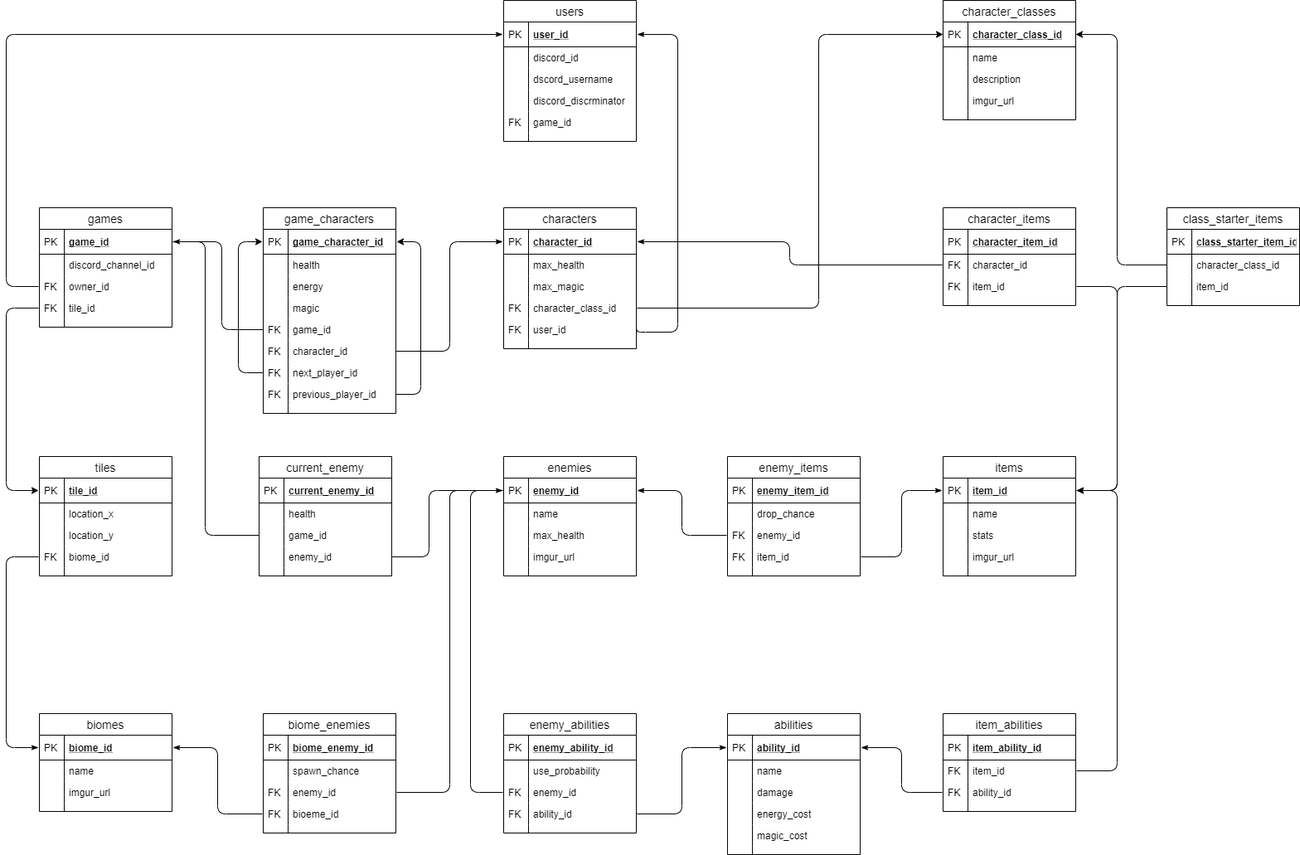
This is schema.png from MathyouMB/DungeonsAndDiscords, a draw.io export, as it was before one commit. Source tidied: cells renumbered, new cells last; positions are measured from the earlier drawing's top-left corner, leaving out a move shared by most shapes.
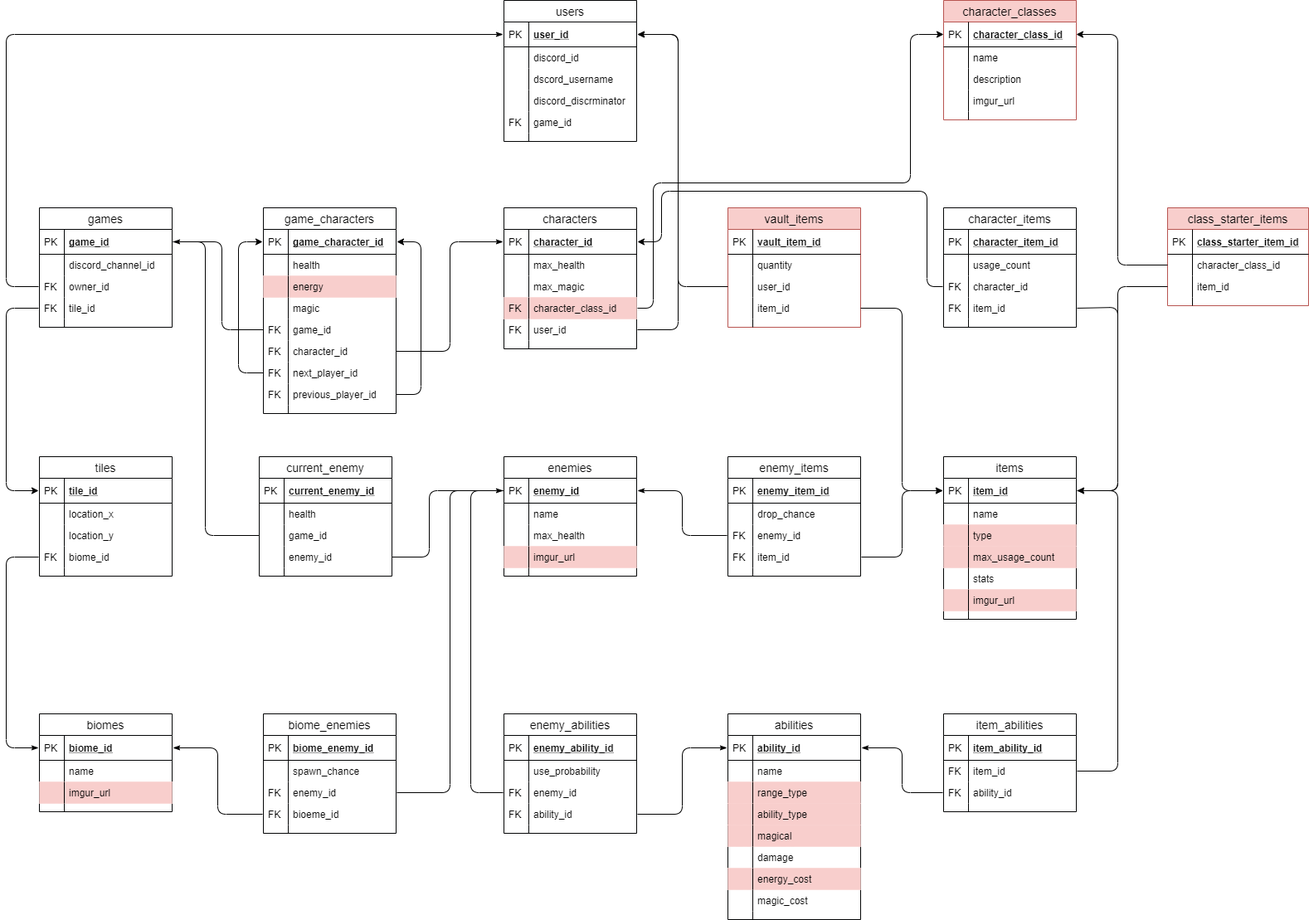
After the commit.

Commit message:
added schema progress indicators

The edit, as a diff of the source:
```diff
@@ -58,3 +58,3 @@
     </mxCell>
-    <mxCell id="20" value="character_class_id" style="shape=partialRectangle;top=0;left=0;right=0;bottom=0;align=left;verticalAlign=top;spacingLeft=34;spacingRight=4;overflow=hidden;points=[[0,0.5],[1,0.5]];portConstraint=eastwest;fontSize=12;fillColor=none;strokeColor=#b85450;strokeWidth=1;perimeterSpacing=1;" parent="13" vertex="1">
+    <mxCell id="20" value="character_class_id" style="shape=partialRectangle;top=0;left=0;right=0;bottom=0;align=left;verticalAlign=top;spacingLeft=34;spacingRight=4;overflow=hidden;points=[[0,0.5],[1,0.5]];portConstraint=eastwest;fontSize=12;fillColor=#f8cecc;strokeColor=#b85450;strokeWidth=1;perimeterSpacing=1;" parent="13" vertex="1">
       <mxGeometry y="108" width="160" height="26" as="geometry" />
@@ -103,5 +103,2 @@
     </mxCell>
-    <mxCell id="30" style="endArrow=none;html=1;exitX=1;exitY=0.5;exitDx=0;exitDy=0;entryX=0;entryY=0.5;entryDx=0;entryDy=0;edgeStyle=orthogonalEdgeStyle;endFill=0;startArrow=classicThin;startFill=1;" parent="1" edge="1" source="14" target="177">
-      <mxGeometry relative="1" as="geometry" />
-    </mxCell>
     <mxCell id="31" style="endArrow=none;html=1;exitX=1;exitY=0.5;exitDx=0;exitDy=0;entryX=1;entryY=0.5;entryDx=0;entryDy=0;edgeStyle=orthogonalEdgeStyle;" parent="1" edge="1" source="179" target="130">
@@ -109,3 +106,3 @@
         <Array as="points">
-          <mxPoint x="1340" y="345" />
+          <mxPoint x="1340" y="370" />
           <mxPoint x="1340" y="591" />
@@ -129,3 +126,3 @@
     </mxCell>
-    <mxCell id="37" value="energy" style="shape=partialRectangle;top=0;left=0;right=0;bottom=0;align=left;verticalAlign=top;fillColor=none;spacingLeft=34;spacingRight=4;overflow=hidden;fontSize=12;" parent="32" vertex="1">
+    <mxCell id="37" value="energy" style="shape=partialRectangle;top=0;left=0;right=0;bottom=0;align=left;verticalAlign=top;fillColor=#f8cecc;spacingLeft=34;spacingRight=4;overflow=hidden;fontSize=12;strokeColor=#b85450;" parent="32" vertex="1">
       <mxGeometry y="82" width="160" height="26" as="geometry" />
@@ -202,3 +199,3 @@
     </mxCell>
-    <mxCell id="58" value="imgur_url" style="shape=partialRectangle;top=0;left=0;right=0;bottom=0;align=left;verticalAlign=top;fillColor=none;spacingLeft=34;spacingRight=4;overflow=hidden;fontSize=12;" parent="53" vertex="1">
+    <mxCell id="58" value="imgur_url" style="shape=partialRectangle;top=0;left=0;right=0;bottom=0;align=left;verticalAlign=top;fillColor=#f8cecc;spacingLeft=34;spacingRight=4;overflow=hidden;fontSize=12;strokeColor=#b85450;" parent="53" vertex="1">
       <mxGeometry y="82" width="160" height="26" as="geometry" />
@@ -215,3 +212,3 @@
     <mxCell id="62" value="abilities" style="swimlane;fontStyle=0;horizontal=1;startSize=26;align=center;fontSize=14;fillColor=none;strokeColor=#030405;strokeWidth=1;perimeterSpacing=1;" parent="1" vertex="1">
-      <mxGeometry x="870" y="860" width="160" height="170" as="geometry" />
+      <mxGeometry x="870" y="860" width="160" height="248" as="geometry" />
     </mxCell>
@@ -229,4 +226,22 @@
     </mxCell>
+    <mxCell id="218" value="range_type" style="shape=partialRectangle;top=0;left=0;right=0;bottom=0;align=left;verticalAlign=top;fillColor=#f8cecc;spacingLeft=34;spacingRight=4;overflow=hidden;fontSize=12;strokeColor=#b85450;" parent="62" vertex="1">
+      <mxGeometry y="82" width="160" height="26" as="geometry" />
+    </mxCell>
+    <mxCell id="219" style="shape=partialRectangle;top=0;left=0;bottom=0;fillColor=none;align=left;verticalAlign=top;spacingLeft=4;spacingRight=4;overflow=hidden;fontSize=12;" parent="218" vertex="1">
+      <mxGeometry width="30" height="26" as="geometry" />
+    </mxCell>
+    <mxCell id="220" value="ability_type" style="shape=partialRectangle;top=0;left=0;right=0;bottom=0;align=left;verticalAlign=top;fillColor=#f8cecc;spacingLeft=34;spacingRight=4;overflow=hidden;fontSize=12;strokeColor=#b85450;" parent="62" vertex="1">
+      <mxGeometry y="108" width="160" height="26" as="geometry" />
+    </mxCell>
+    <mxCell id="221" style="shape=partialRectangle;top=0;left=0;bottom=0;fillColor=none;align=left;verticalAlign=top;spacingLeft=4;spacingRight=4;overflow=hidden;fontSize=12;" parent="220" vertex="1">
+      <mxGeometry width="30" height="26" as="geometry" />
+    </mxCell>
+    <mxCell id="222" value="magical" style="shape=partialRectangle;top=0;left=0;right=0;bottom=0;align=left;verticalAlign=top;fillColor=#f8cecc;spacingLeft=34;spacingRight=4;overflow=hidden;fontSize=12;strokeColor=#b85450;" parent="62" vertex="1">
+      <mxGeometry y="134" width="160" height="26" as="geometry" />
+    </mxCell>
+    <mxCell id="223" style="shape=partialRectangle;top=0;left=0;bottom=0;fillColor=none;align=left;verticalAlign=top;spacingLeft=4;spacingRight=4;overflow=hidden;fontSize=12;" parent="222" vertex="1">
+      <mxGeometry width="30" height="26" as="geometry" />
+    </mxCell>
     <mxCell id="67" value="damage" style="shape=partialRectangle;top=0;left=0;right=0;bottom=0;align=left;verticalAlign=top;spacingLeft=34;spacingRight=4;overflow=hidden;fontSize=12;fillColor=none;strokeColor=#030405;strokeWidth=1;perimeterSpacing=1;" parent="62" vertex="1">
-      <mxGeometry y="82" width="160" height="26" as="geometry" />
+      <mxGeometry y="160" width="160" height="26" as="geometry" />
     </mxCell>
@@ -235,4 +250,4 @@
     </mxCell>
-    <mxCell id="69" value="energy_cost" style="shape=partialRectangle;top=0;left=0;right=0;bottom=0;align=left;verticalAlign=top;fillColor=none;spacingLeft=34;spacingRight=4;overflow=hidden;fontSize=12;" parent="62" vertex="1">
-      <mxGeometry y="108" width="160" height="26" as="geometry" />
+    <mxCell id="69" value="energy_cost" style="shape=partialRectangle;top=0;left=0;right=0;bottom=0;align=left;verticalAlign=top;fillColor=#f8cecc;spacingLeft=34;spacingRight=4;overflow=hidden;fontSize=12;strokeColor=#b85450;" parent="62" vertex="1">
+      <mxGeometry y="186" width="160" height="26" as="geometry" />
     </mxCell>
@@ -242,3 +257,3 @@
     <mxCell id="71" value="magic_cost" style="shape=partialRectangle;top=0;left=0;right=0;bottom=0;align=left;verticalAlign=top;spacingLeft=34;spacingRight=4;overflow=hidden;fontSize=12;fillColor=none;strokeColor=#030405;strokeWidth=1;perimeterSpacing=1;" parent="62" vertex="1">
-      <mxGeometry y="134" width="160" height="26" as="geometry" />
+      <mxGeometry y="212" width="160" height="26" as="geometry" />
     </mxCell>
@@ -248,3 +263,3 @@
     <mxCell id="73" style="shape=partialRectangle;top=0;left=0;right=0;bottom=0;align=left;verticalAlign=top;spacingLeft=34;spacingRight=4;overflow=hidden;fontSize=12;fillColor=none;strokeColor=#030405;strokeWidth=1;perimeterSpacing=1;" parent="62" vertex="1">
-      <mxGeometry y="160" width="160" height="10" as="geometry" />
+      <mxGeometry y="238" width="160" height="10" as="geometry" />
     </mxCell>
@@ -407,4 +422,3 @@
         <Array as="points">
-          <mxPoint x="761" y="400" />
-          <mxPoint x="810" y="400" />
+          <mxPoint x="810" y="397" />
           <mxPoint x="810" y="41" />
@@ -447,3 +461,3 @@
     <mxCell id="129" value="items" style="swimlane;fontStyle=0;horizontal=1;startSize=26;align=center;fontSize=14;fillColor=none;strokeColor=#030405;strokeWidth=1;perimeterSpacing=1;" parent="1" vertex="1">
-      <mxGeometry x="1130" y="550" width="160" height="144" as="geometry" />
+      <mxGeometry x="1130" y="550" width="160" height="196" as="geometry" />
     </mxCell>
@@ -461,4 +475,16 @@
     </mxCell>
+    <mxCell id="224" value="type" style="shape=partialRectangle;top=0;left=0;right=0;bottom=0;align=left;verticalAlign=top;fillColor=#f8cecc;spacingLeft=34;spacingRight=4;overflow=hidden;fontSize=12;strokeColor=#b85450;" parent="129" vertex="1">
+      <mxGeometry y="82" width="160" height="26" as="geometry" />
+    </mxCell>
+    <mxCell id="225" style="shape=partialRectangle;top=0;left=0;bottom=0;fillColor=none;align=left;verticalAlign=top;spacingLeft=4;spacingRight=4;overflow=hidden;fontSize=12;" parent="224" vertex="1">
+      <mxGeometry width="30" height="26" as="geometry" />
+    </mxCell>
+    <mxCell id="226" value="max_usage_count" style="shape=partialRectangle;top=0;left=0;right=0;bottom=0;align=left;verticalAlign=top;fillColor=#f8cecc;spacingLeft=34;spacingRight=4;overflow=hidden;fontSize=12;strokeColor=#b85450;" parent="129" vertex="1">
+      <mxGeometry y="108" width="160" height="26" as="geometry" />
+    </mxCell>
+    <mxCell id="227" style="shape=partialRectangle;top=0;left=0;bottom=0;fillColor=none;align=left;verticalAlign=top;spacingLeft=4;spacingRight=4;overflow=hidden;fontSize=12;" parent="226" vertex="1">
+      <mxGeometry width="30" height="26" as="geometry" />
+    </mxCell>
     <mxCell id="134" value="stats" style="shape=partialRectangle;top=0;left=0;right=0;bottom=0;align=left;verticalAlign=top;spacingLeft=34;spacingRight=4;overflow=hidden;fontSize=12;fillColor=none;strokeColor=#030405;strokeWidth=1;perimeterSpacing=1;" parent="129" vertex="1">
-      <mxGeometry y="82" width="160" height="26" as="geometry" />
+      <mxGeometry y="134" width="160" height="26" as="geometry" />
     </mxCell>
@@ -467,4 +493,4 @@
     </mxCell>
-    <mxCell id="136" value="imgur_url" style="shape=partialRectangle;top=0;left=0;right=0;bottom=0;align=left;verticalAlign=top;fillColor=none;spacingLeft=34;spacingRight=4;overflow=hidden;fontSize=12;" parent="129" vertex="1">
-      <mxGeometry y="108" width="160" height="26" as="geometry" />
+    <mxCell id="136" value="imgur_url" style="shape=partialRectangle;top=0;left=0;right=0;bottom=0;align=left;verticalAlign=top;fillColor=#f8cecc;spacingLeft=34;spacingRight=4;overflow=hidden;fontSize=12;strokeColor=#b85450;" parent="129" vertex="1">
+      <mxGeometry y="160" width="160" height="26" as="geometry" />
     </mxCell>
@@ -474,3 +500,3 @@
     <mxCell id="138" style="shape=partialRectangle;top=0;left=0;right=0;bottom=0;align=left;verticalAlign=top;spacingLeft=34;spacingRight=4;overflow=hidden;fontSize=12;fillColor=none;strokeColor=#030405;strokeWidth=1;perimeterSpacing=1;" parent="129" vertex="1">
-      <mxGeometry y="134" width="160" height="10" as="geometry" />
+      <mxGeometry y="186" width="160" height="10" as="geometry" />
     </mxCell>
@@ -533,3 +559,3 @@
     </mxCell>
-    <mxCell id="158" value="imgur_url" style="shape=partialRectangle;top=0;left=0;right=0;bottom=0;align=left;verticalAlign=top;fillColor=none;spacingLeft=34;spacingRight=4;overflow=hidden;fontSize=12;" parent="151" vertex="1">
+    <mxCell id="158" value="imgur_url" style="shape=partialRectangle;top=0;left=0;right=0;bottom=0;align=left;verticalAlign=top;fillColor=#f8cecc;spacingLeft=34;spacingRight=4;overflow=hidden;fontSize=12;strokeColor=#b85450;" parent="151" vertex="1">
       <mxGeometry y="108" width="160" height="26" as="geometry" />
@@ -581,4 +607,6 @@
         <Array as="points">
-          <mxPoint x="980" y="371" />
-          <mxPoint x="980" y="41" />
+          <mxPoint x="780" y="371" />
+          <mxPoint x="780" y="220" />
+          <mxPoint x="1090" y="220" />
+          <mxPoint x="1090" y="41" />
         </Array>
@@ -587,3 +615,3 @@
     <mxCell id="174" value="character_items" style="swimlane;fontStyle=0;horizontal=1;startSize=26;align=center;fontSize=14;fillColor=none;strokeColor=#030405;strokeWidth=1;perimeterSpacing=1;" parent="1" vertex="1">
-      <mxGeometry x="1130" y="250" width="160" height="118" as="geometry" />
+      <mxGeometry x="1130" y="250" width="160" height="144" as="geometry" />
     </mxCell>
@@ -595,4 +623,10 @@
     </mxCell>
+    <mxCell id="228" value="usage_count" style="shape=partialRectangle;top=0;left=0;right=0;bottom=0;align=left;verticalAlign=top;fillColor=none;spacingLeft=34;spacingRight=4;overflow=hidden;fontSize=12;" parent="174" vertex="1">
+      <mxGeometry y="56" width="160" height="26" as="geometry" />
+    </mxCell>
+    <mxCell id="229" style="shape=partialRectangle;top=0;left=0;bottom=0;fillColor=none;align=left;verticalAlign=top;spacingLeft=4;spacingRight=4;overflow=hidden;fontSize=12;" parent="228" vertex="1">
+      <mxGeometry width="30" height="26" as="geometry" />
+    </mxCell>
     <mxCell id="177" value="character_id" style="shape=partialRectangle;top=0;left=0;right=0;bottom=0;align=left;verticalAlign=top;spacingLeft=34;spacingRight=4;overflow=hidden;points=[[0,0.5],[1,0.5]];portConstraint=eastwest;fontSize=12;fillColor=none;strokeColor=#030405;strokeWidth=1;perimeterSpacing=1;" parent="174" vertex="1">
-      <mxGeometry y="56" width="160" height="26" as="geometry" />
+      <mxGeometry y="82" width="160" height="26" as="geometry" />
     </mxCell>
@@ -602,3 +636,3 @@
     <mxCell id="179" value="item_id" style="shape=partialRectangle;top=0;left=0;right=0;bottom=0;align=left;verticalAlign=top;spacingLeft=34;spacingRight=4;overflow=hidden;points=[[0,0.5],[1,0.5]];portConstraint=eastwest;fontSize=12;fillColor=none;strokeColor=#030405;strokeWidth=1;perimeterSpacing=1;" parent="174" vertex="1">
-      <mxGeometry y="82" width="160" height="26" as="geometry" />
+      <mxGeometry y="108" width="160" height="26" as="geometry" />
     </mxCell>
@@ -608,3 +642,3 @@
     <mxCell id="181" style="shape=partialRectangle;top=0;left=0;right=0;bottom=0;align=left;verticalAlign=top;spacingLeft=34;spacingRight=4;overflow=hidden;fontSize=12;fillColor=none;strokeColor=#030405;strokeWidth=1;perimeterSpacing=1;" parent="174" vertex="1">
-      <mxGeometry y="108" width="160" height="10" as="geometry" />
+      <mxGeometry y="134" width="160" height="10" as="geometry" />
     </mxCell>
@@ -652,3 +686,3 @@
     </mxCell>
-    <mxCell id="196" value="character_classes" style="swimlane;fontStyle=0;horizontal=1;startSize=26;align=center;fontSize=14;" parent="1" vertex="1">
+    <mxCell id="196" value="character_classes" style="swimlane;fontStyle=0;horizontal=1;startSize=26;align=center;fontSize=14;fillColor=#f8cecc;strokeColor=#b85450;" parent="1" vertex="1">
       <mxGeometry x="1130" width="160" height="144" as="geometry" />
@@ -685,7 +719,7 @@
     </mxCell>
-    <mxCell id="207" value="class_starter_items" style="swimlane;fontStyle=0;horizontal=1;startSize=26;align=center;fontSize=14;" parent="1" vertex="1">
-      <mxGeometry x="1400" y="250" width="160" height="118" as="geometry" />
+    <mxCell id="207" value="class_starter_items" style="swimlane;fontStyle=0;horizontal=1;startSize=26;align=center;fontSize=14;fillColor=#f8cecc;strokeColor=#b85450;" parent="1" vertex="1">
+      <mxGeometry x="1400" y="250" width="170" height="118" as="geometry" />
     </mxCell>
     <mxCell id="208" value="class_starter_item_id" style="shape=partialRectangle;top=0;left=0;right=0;bottom=1;align=left;verticalAlign=middle;fillColor=none;spacingLeft=34;spacingRight=4;overflow=hidden;fontStyle=5;fontSize=12;" parent="207" vertex="1">
-      <mxGeometry y="26" width="160" height="30" as="geometry" />
+      <mxGeometry y="26" width="170" height="30" as="geometry" />
     </mxCell>
@@ -695,3 +729,3 @@
     <mxCell id="210" value="character_class_id" style="shape=partialRectangle;top=0;left=0;right=0;bottom=0;align=left;verticalAlign=top;fillColor=none;spacingLeft=34;spacingRight=4;overflow=hidden;points=[[0,0.5],[1,0.5]];portConstraint=eastwest;fontSize=12;" parent="207" vertex="1">
-      <mxGeometry y="56" width="160" height="26" as="geometry" />
+      <mxGeometry y="56" width="170" height="26" as="geometry" />
     </mxCell>
@@ -701,3 +735,3 @@
     <mxCell id="212" value="item_id" style="shape=partialRectangle;top=0;left=0;right=0;bottom=0;align=left;verticalAlign=top;fillColor=none;spacingLeft=34;spacingRight=4;overflow=hidden;points=[[0,0.5],[1,0.5]];portConstraint=eastwest;fontSize=12;" parent="207" vertex="1">
-      <mxGeometry y="82" width="160" height="26" as="geometry" />
+      <mxGeometry y="82" width="170" height="26" as="geometry" />
     </mxCell>
@@ -707,3 +741,3 @@
     <mxCell id="214" style="shape=partialRectangle;top=0;left=0;right=0;bottom=0;align=left;verticalAlign=top;fillColor=none;spacingLeft=34;spacingRight=4;overflow=hidden;fontSize=12;" parent="207" vertex="1">
-      <mxGeometry y="108" width="160" height="10" as="geometry" />
+      <mxGeometry y="108" width="170" height="10" as="geometry" />
     </mxCell>
@@ -728,2 +762,56 @@
     </mxCell>
+    <mxCell id="230" value="vault_items" style="swimlane;fontStyle=0;horizontal=1;startSize=26;align=center;fontSize=14;fillColor=#f8cecc;strokeColor=#b85450;" parent="1" vertex="1">
+      <mxGeometry x="870" y="250" width="160" height="144" as="geometry" />
+    </mxCell>
+    <mxCell id="231" value="vault_item_id" style="shape=partialRectangle;top=0;left=0;right=0;bottom=1;align=left;verticalAlign=middle;fillColor=none;spacingLeft=34;spacingRight=4;overflow=hidden;fontStyle=5;fontSize=12;" parent="230" vertex="1">
+      <mxGeometry y="26" width="160" height="30" as="geometry" />
+    </mxCell>
+    <mxCell id="232" value="PK" style="shape=partialRectangle;top=0;left=0;bottom=0;fillColor=none;align=left;verticalAlign=middle;spacingLeft=4;spacingRight=4;overflow=hidden;fontSize=12;" parent="231" vertex="1">
+      <mxGeometry width="30" height="30" as="geometry" />
+    </mxCell>
+    <mxCell id="233" value="quantity" style="shape=partialRectangle;top=0;left=0;right=0;bottom=0;align=left;verticalAlign=top;fillColor=none;spacingLeft=34;spacingRight=4;overflow=hidden;fontSize=12;" parent="230" vertex="1">
+      <mxGeometry y="56" width="160" height="26" as="geometry" />
+    </mxCell>
+    <mxCell id="234" style="shape=partialRectangle;top=0;left=0;bottom=0;fillColor=none;align=left;verticalAlign=top;spacingLeft=4;spacingRight=4;overflow=hidden;fontSize=12;" parent="233" vertex="1">
+      <mxGeometry width="30" height="26" as="geometry" />
+    </mxCell>
+    <mxCell id="235" value="user_id" style="shape=partialRectangle;top=0;left=0;right=0;bottom=0;align=left;verticalAlign=top;fillColor=none;spacingLeft=34;spacingRight=4;overflow=hidden;points=[[0,0.5],[1,0.5]];portConstraint=eastwest;fontSize=12;" parent="230" vertex="1">
+      <mxGeometry y="82" width="160" height="26" as="geometry" />
+    </mxCell>
+    <mxCell id="236" style="shape=partialRectangle;top=0;left=0;bottom=0;fillColor=none;align=left;verticalAlign=top;spacingLeft=4;spacingRight=4;overflow=hidden;fontSize=12;" parent="235" vertex="1">
+      <mxGeometry width="30" height="26" as="geometry" />
+    </mxCell>
+    <mxCell id="237" value="item_id" style="shape=partialRectangle;top=0;left=0;right=0;bottom=0;align=left;verticalAlign=top;fillColor=none;spacingLeft=34;spacingRight=4;overflow=hidden;points=[[0,0.5],[1,0.5]];portConstraint=eastwest;fontSize=12;" parent="230" vertex="1">
+      <mxGeometry y="108" width="160" height="26" as="geometry" />
+    </mxCell>
+    <mxCell id="238" style="shape=partialRectangle;top=0;left=0;bottom=0;fillColor=none;align=left;verticalAlign=top;spacingLeft=4;spacingRight=4;overflow=hidden;fontSize=12;" parent="237" vertex="1">
+      <mxGeometry width="30" height="26" as="geometry" />
+    </mxCell>
+    <mxCell id="239" style="shape=partialRectangle;top=0;left=0;right=0;bottom=0;align=left;verticalAlign=top;fillColor=none;spacingLeft=34;spacingRight=4;overflow=hidden;fontSize=12;" parent="230" vertex="1">
+      <mxGeometry y="134" width="160" height="10" as="geometry" />
+    </mxCell>
+    <mxCell id="240" style="shape=partialRectangle;top=0;left=0;bottom=0;fillColor=none;align=left;verticalAlign=top;spacingLeft=4;spacingRight=4;overflow=hidden;fontSize=12;" parent="239" vertex="1">
+      <mxGeometry width="30" height="10" as="geometry" />
+    </mxCell>
+    <mxCell id="241" style="endArrow=classic;html=1;exitX=0;exitY=0.5;exitDx=0;exitDy=0;entryX=1;entryY=0.5;entryDx=0;entryDy=0;edgeStyle=orthogonalEdgeStyle;" parent="1" edge="1" source="235" target="184">
+      <mxGeometry relative="1" as="geometry">
+        <Array as="points">
+          <mxPoint x="810" y="345" />
+          <mxPoint x="810" y="41" />
+        </Array>
+      </mxGeometry>
+    </mxCell>
+    <mxCell id="242" style="endArrow=classic;html=1;exitX=1;exitY=0.5;exitDx=0;exitDy=0;entryX=0;entryY=0.5;entryDx=0;entryDy=0;edgeStyle=orthogonalEdgeStyle;" parent="1" edge="1" source="237" target="130">
+      <mxGeometry relative="1" as="geometry" />
+    </mxCell>
+    <mxCell id="243" style="endArrow=classic;html=1;exitX=0;exitY=0.5;exitDx=0;exitDy=0;entryX=1;entryY=0.5;entryDx=0;entryDy=0;edgeStyle=orthogonalEdgeStyle;" parent="1" edge="1" source="177" target="14">
+      <mxGeometry relative="1" as="geometry">
+        <Array as="points">
+          <mxPoint x="1110" y="345" />
+          <mxPoint x="1110" y="230" />
+          <mxPoint x="790" y="230" />
+          <mxPoint x="790" y="291" />
+        </Array>
+      </mxGeometry>
+    </mxCell>
   </root>
```
